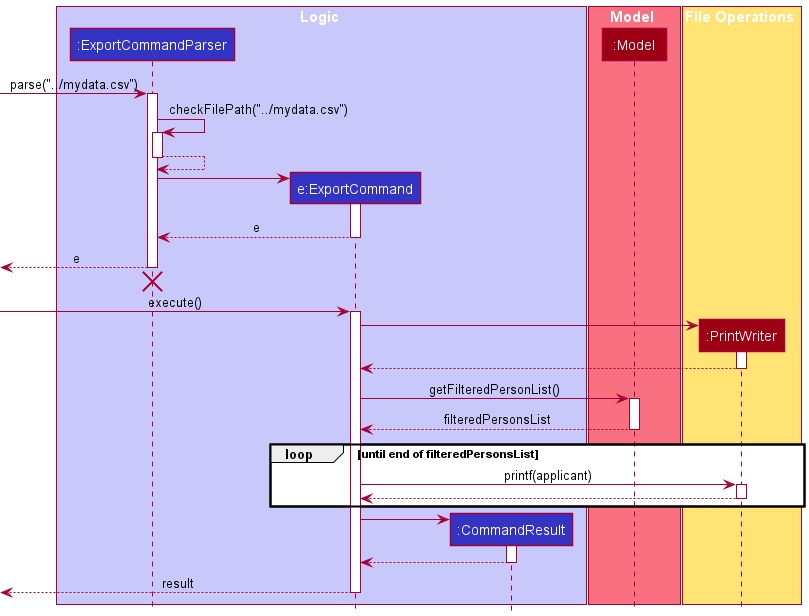
rcjj98/tp keeps this PlantUML diagram as docs/images/ExportSequenceDiagram.png. Above is the earlier version.
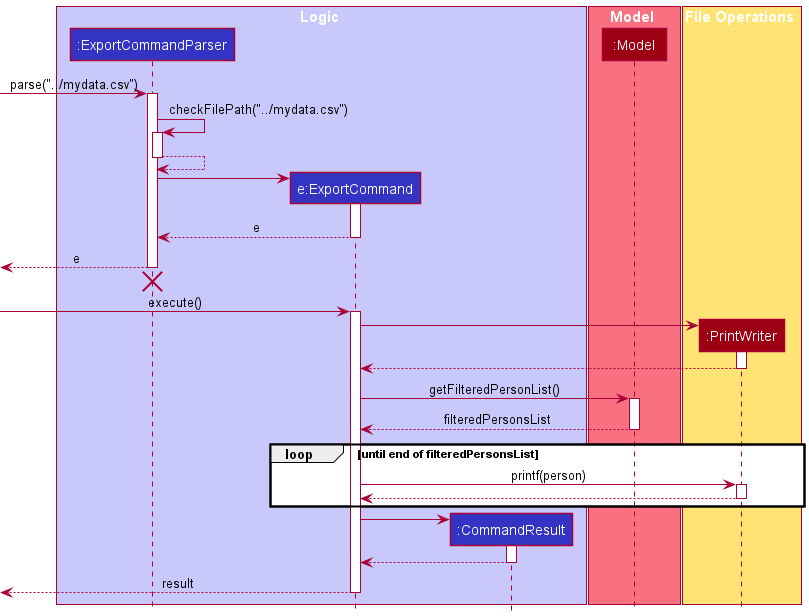
The same diagram one commit later.

Change to the diagram source:
```diff
@@ -53,7 +53,7 @@
 deactivate Model
 
 loop until end of filteredPersonsList
-ExportCommand -> PrintWriter : printf(applicant)
+ExportCommand -> PrintWriter : printf(person)
 activate PrintWriter
 PrintWriter --> ExportCommand
 deactivate PrintWriter
```
